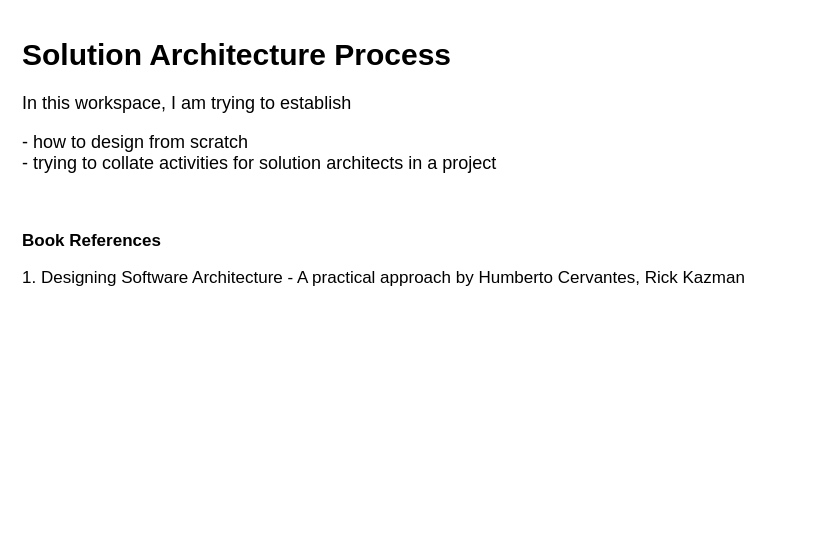
Earlier version of the draw.io diagram page "Index" (1 of 3) of SolutionArchitectureProcess.drawio (Gaur4vGaur/probable-octo). Source tidied: cells renumbered, new cells numbered last; positions are measured from the earlier drawing's top-left corner, leaving out a move shared by most shapes. Both pictures are drawn from the tidied source at 100%, with x=0, y=0 at pixel (17, 27).
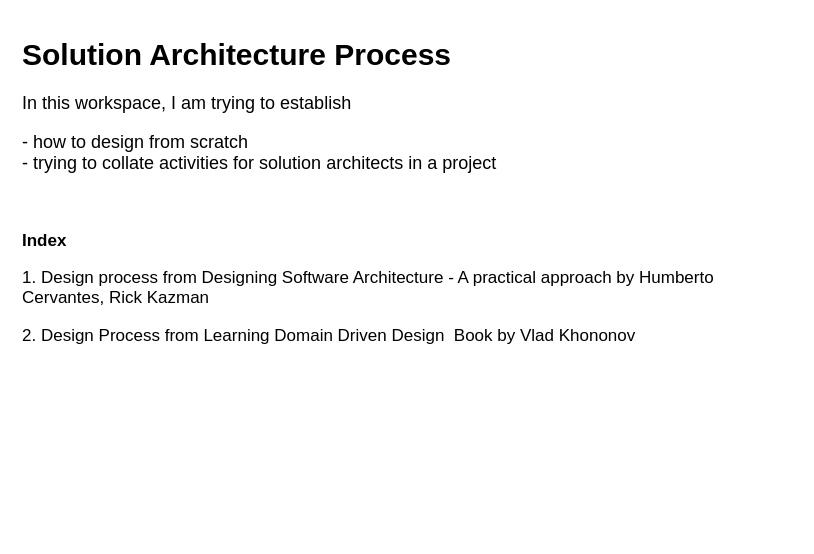
The same page after the edit.

The edit, as a diff of the source:
```diff
@@
 <mxGraphModel>
   <root>
     <mxCell id="0" />
     <mxCell id="1" parent="0" />
-    <mxCell id="2" value="&lt;h1 style=&quot;font-size: 30px;&quot;&gt;&lt;font style=&quot;font-size: 30px;&quot;&gt;Solution Architecture Process&lt;/font&gt;&lt;/h1&gt;&lt;p style=&quot;&quot;&gt;&lt;font style=&quot;font-size: 18px;&quot;&gt;In this workspace, I am trying to establish&amp;nbsp;&lt;/font&gt;&lt;/p&gt;&lt;p style=&quot;font-size: 17px;&quot;&gt;&lt;font style=&quot;font-size: 18px;&quot;&gt;- how to design from scratch&lt;br&gt;- trying to collate activities for solution architects in a project&lt;/font&gt;&lt;/p&gt;&lt;p style=&quot;font-size: 17px;&quot;&gt;&lt;font style=&quot;font-size: 18px;&quot;&gt;&lt;br&gt;&lt;/font&gt;&lt;/p&gt;&lt;p style=&quot;font-size: 17px;&quot;&gt;&lt;b&gt;Book References&lt;/b&gt;&lt;/p&gt;&lt;p style=&quot;font-size: 17px;&quot;&gt;1. Designing Software Architecture - A practical approach by Humberto Cervantes, Rick Kazman&lt;/p&gt;" style="text;html=1;strokeColor=none;fillColor=none;spacing=5;spacingTop=-20;whiteSpace=wrap;overflow=hidden;rounded=0;" parent="1" vertex="1">
+    <mxCell id="2" value="&lt;h1 style=&quot;font-size: 30px;&quot;&gt;&lt;font style=&quot;font-size: 30px;&quot;&gt;Solution Architecture Process&lt;/font&gt;&lt;/h1&gt;&lt;p style=&quot;&quot;&gt;&lt;font style=&quot;font-size: 18px;&quot;&gt;In this workspace, I am trying to establish&amp;nbsp;&lt;/font&gt;&lt;/p&gt;&lt;p style=&quot;font-size: 17px;&quot;&gt;&lt;font style=&quot;font-size: 18px;&quot;&gt;- how to design from scratch&lt;br&gt;- trying to collate activities for solution architects in a project&lt;/font&gt;&lt;/p&gt;&lt;p style=&quot;font-size: 17px;&quot;&gt;&lt;font style=&quot;font-size: 18px;&quot;&gt;&lt;br&gt;&lt;/font&gt;&lt;/p&gt;&lt;p style=&quot;font-size: 17px;&quot;&gt;&lt;b&gt;Index&lt;/b&gt;&lt;/p&gt;&lt;p style=&quot;font-size: 17px;&quot;&gt;1. Design process from Designing Software Architecture - A practical approach by Humberto Cervantes, Rick Kazman&lt;/p&gt;&lt;p style=&quot;font-size: 17px;&quot;&gt;2. Design Process from Learning Domain Driven Design&amp;nbsp;&amp;nbsp;Book by Vlad Khononov&lt;/p&gt;" style="text;html=1;strokeColor=none;fillColor=none;spacing=5;spacingTop=-20;whiteSpace=wrap;overflow=hidden;rounded=0;" parent="1" vertex="1">
       <mxGeometry width="780" height="510" as="geometry" />
     </mxCell>
   </root>
 </mxGraphModel>
```
